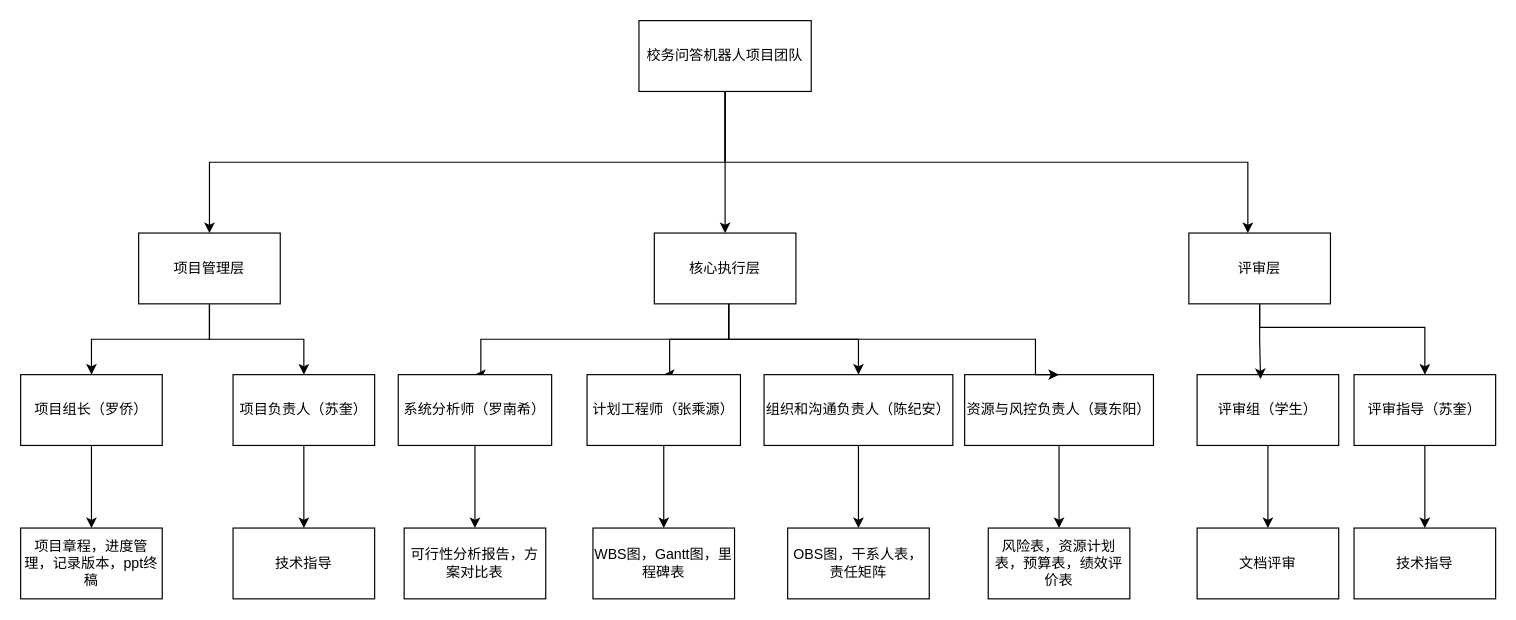
The draw.io diagram docs/第一次评审/OBS图、干系人表、责任矩阵/obs.drawio in DD-hit/School-Affairs-Q-A-Robot, before the edit. Source tidied: cells renumbered, new cells numbered last; positions are measured from the earlier drawing's top-left corner, leaving out a move shared by most shapes. Both pictures are drawn from the tidied source at 118%, with x=0, y=0 at pixel (20, 20).
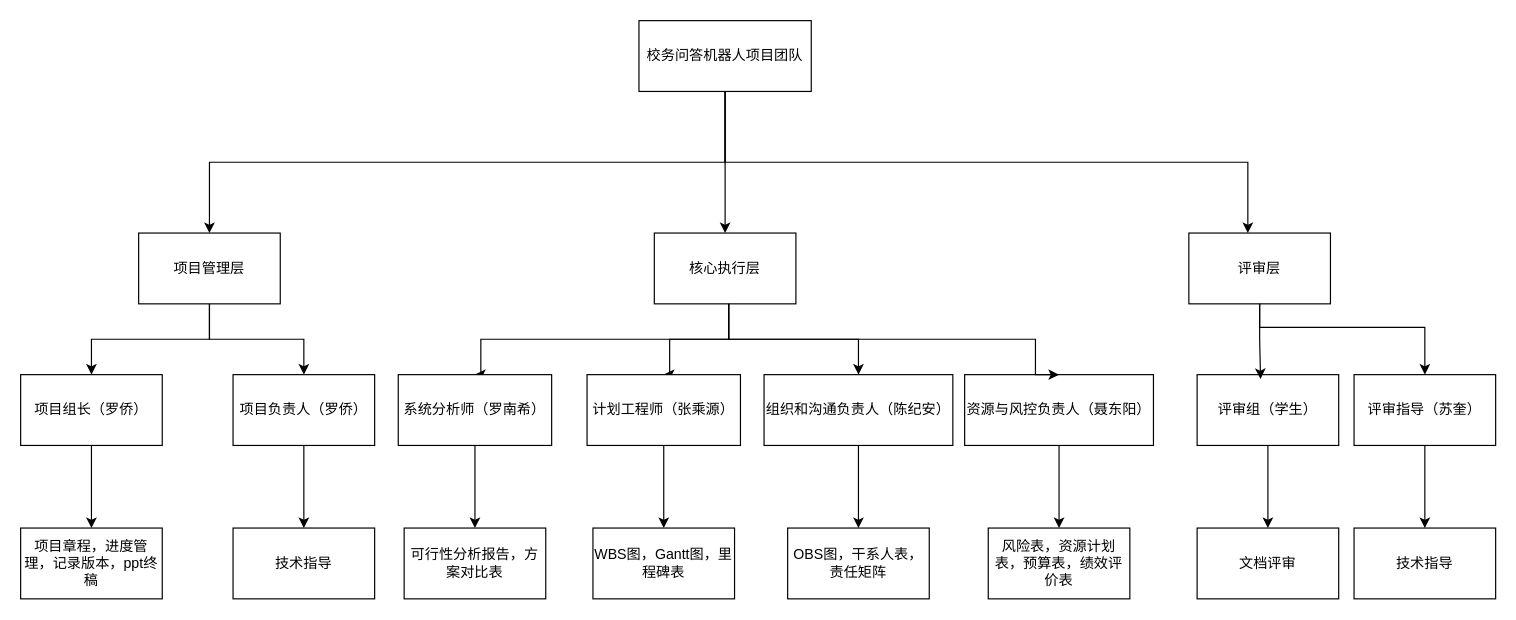
After the change.

Change to the diagram source:
```diff
@@
-    <mxCell id="18" value="项目负责人（苏奎）" style="rounded=0;whiteSpace=wrap;html=1;" parent="1" vertex="1">
+    <mxCell id="18" value="项目负责人（罗侨）" style="rounded=0;whiteSpace=wrap;html=1;" parent="1" vertex="1">
       <mxGeometry x="180" y="300" width="120" height="60" as="geometry" />
     </mxCell>
```
